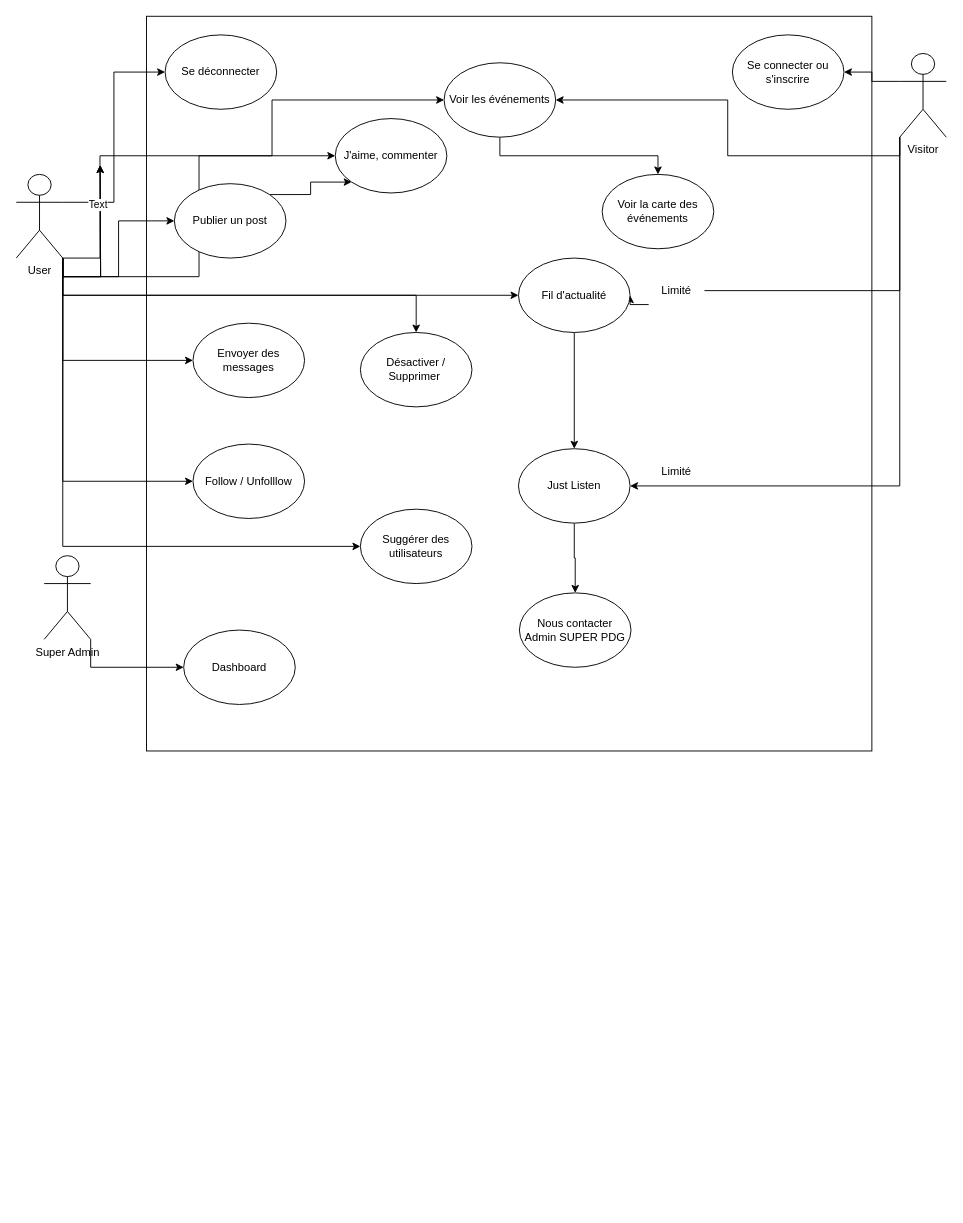
Before: Use Case.drawio in AlexandreC93/zikmu, a draw.io diagram. Source tidied: cells renumbered, new cells numbered last; positions are measured from the earlier drawing's top-left corner, leaving out a move shared by most shapes. Both pictures are drawn from the tidied source at 93%, with x=0, y=0 at pixel (16, 16).
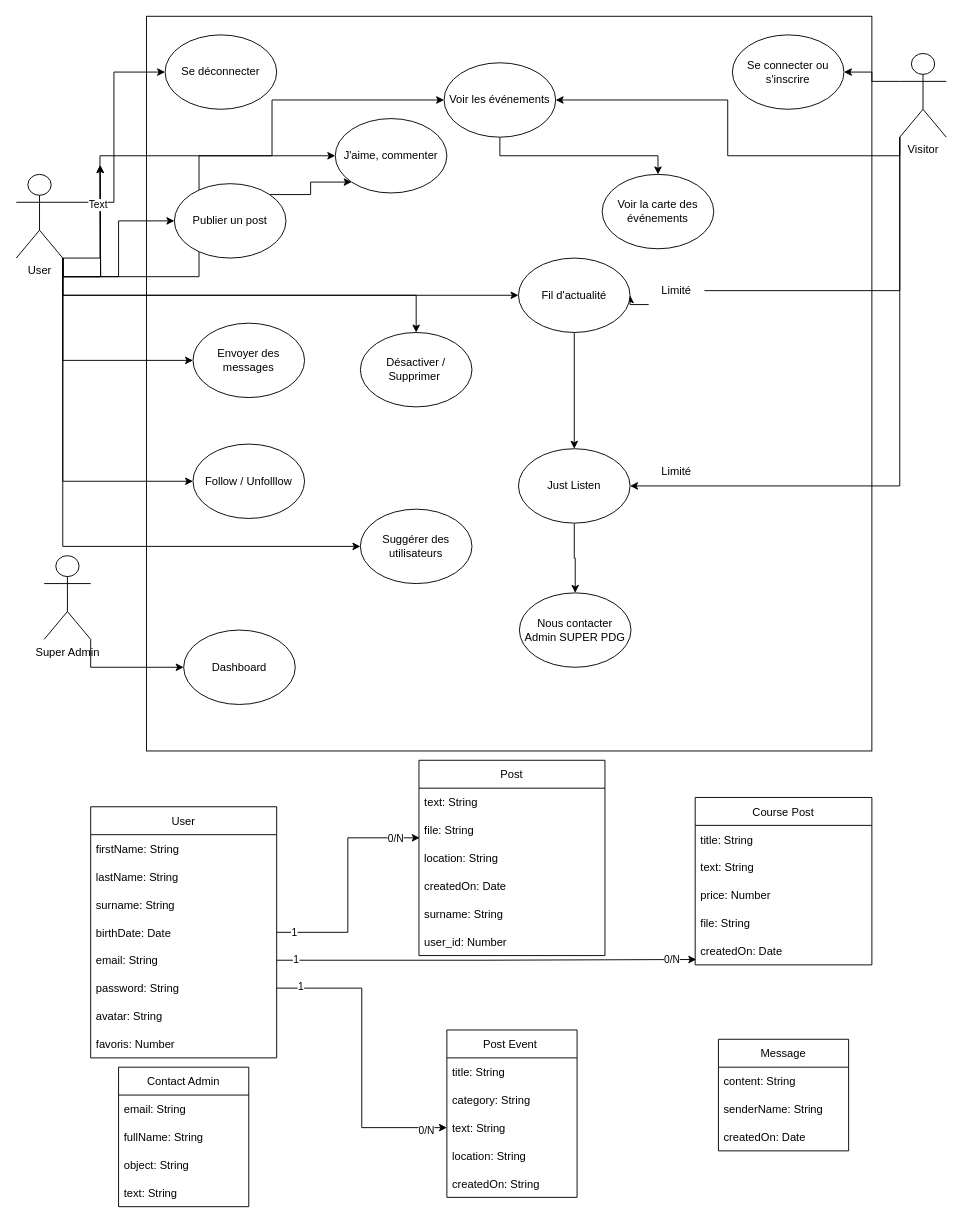
Above is the later version.

Change to the diagram source:
```diff
@@
+    <mxCell id="44" value="User" style="swimlane;fontStyle=0;horizontal=1;startSize=30;fontColor=default;strokeColor=default;fillColor=default;" parent="1" vertex="1">
+      <mxGeometry x="80" y="850" width="200" height="270" as="geometry" />
+    </mxCell>
+    <mxCell id="45" value="firstName: String " style="text;strokeColor=none;fillColor=none;align=left;verticalAlign=middle;spacingLeft=4;spacingRight=4;overflow=hidden;fontColor=default;" parent="44" vertex="1">
+      <mxGeometry y="30" width="200" height="30" as="geometry" />
+    </mxCell>
+    <mxCell id="46" value="lastName: String" style="text;strokeColor=none;fillColor=none;align=left;verticalAlign=middle;spacingLeft=4;spacingRight=4;overflow=hidden;fontColor=default;" parent="44" vertex="1">
+      <mxGeometry y="60" width="200" height="30" as="geometry" />
+    </mxCell>
+    <mxCell id="47" value="surname: String" style="text;strokeColor=none;fillColor=none;align=left;verticalAlign=middle;spacingLeft=4;spacingRight=4;overflow=hidden;fontColor=default;" parent="44" vertex="1">
+      <mxGeometry y="90" width="200" height="30" as="geometry" />
+    </mxCell>
+    <mxCell id="48" value="birthDate: Date" style="text;strokeColor=none;fillColor=none;align=left;verticalAlign=middle;spacingLeft=4;spacingRight=4;overflow=hidden;points=[[0,0.5],[1,0.5]];portConstraint=eastwest;fontColor=default;" parent="44" vertex="1">
+      <mxGeometry y="120" width="200" height="30" as="geometry" />
+    </mxCell>
+    <mxCell id="49" value="email: String" style="text;strokeColor=none;fillColor=none;align=left;verticalAlign=middle;spacingLeft=4;spacingRight=4;overflow=hidden;points=[[0,0.5],[1,0.5]];portConstraint=eastwest;fontColor=default;" parent="44" vertex="1">
+      <mxGeometry y="150" width="200" height="30" as="geometry" />
+    </mxCell>
+    <mxCell id="50" value="password: String" style="text;strokeColor=none;fillColor=none;align=left;verticalAlign=middle;spacingLeft=4;spacingRight=4;overflow=hidden;points=[[0,0.5],[1,0.5]];portConstraint=eastwest;fontColor=default;" parent="44" vertex="1">
+      <mxGeometry y="180" width="200" height="30" as="geometry" />
+    </mxCell>
+    <mxCell id="51" value="avatar: String" style="text;strokeColor=none;fillColor=none;align=left;verticalAlign=middle;spacingLeft=4;spacingRight=4;overflow=hidden;fontColor=default;" parent="44" vertex="1">
+      <mxGeometry y="210" width="200" height="30" as="geometry" />
+    </mxCell>
+    <mxCell id="52" value="favoris: Number" style="text;strokeColor=none;fillColor=none;align=left;verticalAlign=middle;spacingLeft=4;spacingRight=4;overflow=hidden;fontColor=default;" parent="44" vertex="1">
+      <mxGeometry y="240" width="200" height="30" as="geometry" />
+    </mxCell>
+    <mxCell id="53" value="Post" style="swimlane;fontStyle=0;horizontal=1;startSize=30;fontColor=default;strokeColor=default;fillColor=default;" parent="1" vertex="1">
+      <mxGeometry x="433" y="800" width="200" height="210" as="geometry" />
+    </mxCell>
+    <mxCell id="54" value="text: String" style="text;strokeColor=none;fillColor=none;align=left;verticalAlign=middle;spacingLeft=4;spacingRight=4;overflow=hidden;fontColor=default;" parent="53" vertex="1">
+      <mxGeometry y="30" width="200" height="30" as="geometry" />
+    </mxCell>
+    <mxCell id="55" value="file: String" style="text;strokeColor=none;fillColor=none;align=left;verticalAlign=middle;spacingLeft=4;spacingRight=4;overflow=hidden;points=[[0,0.5],[1,0.5]];portConstraint=eastwest;fontColor=default;" parent="53" vertex="1">
+      <mxGeometry y="60" width="200" height="30" as="geometry" />
+    </mxCell>
+    <mxCell id="56" value="location: String" style="text;strokeColor=none;fillColor=none;align=left;verticalAlign=middle;spacingLeft=4;spacingRight=4;overflow=hidden;fontColor=default;" parent="53" vertex="1">
+      <mxGeometry y="90" width="200" height="30" as="geometry" />
+    </mxCell>
+    <mxCell id="57" value="createdOn: Date" style="text;strokeColor=none;fillColor=none;align=left;verticalAlign=middle;spacingLeft=4;spacingRight=4;overflow=hidden;fontColor=default;" parent="53" vertex="1">
+      <mxGeometry y="120" width="200" height="30" as="geometry" />
+    </mxCell>
+    <mxCell id="58" value="surname: String" style="text;strokeColor=none;fillColor=none;align=left;verticalAlign=middle;spacingLeft=4;spacingRight=4;overflow=hidden;fontColor=default;" parent="53" vertex="1">
+      <mxGeometry y="150" width="200" height="30" as="geometry" />
+    </mxCell>
+    <mxCell id="59" value="user_id: Number" style="text;strokeColor=none;fillColor=none;align=left;verticalAlign=middle;spacingLeft=4;spacingRight=4;overflow=hidden;fontColor=default;" parent="53" vertex="1">
+      <mxGeometry y="180" width="200" height="30" as="geometry" />
+    </mxCell>
+    <mxCell id="60" value="Course Post" style="swimlane;fontStyle=0;horizontal=1;startSize=30;fontColor=default;strokeColor=default;fillColor=default;" parent="1" vertex="1">
+      <mxGeometry x="730" y="840" width="190" height="180" as="geometry" />
+    </mxCell>
+    <mxCell id="61" value="title: String" style="text;strokeColor=none;fillColor=none;align=left;verticalAlign=middle;spacingLeft=4;spacingRight=4;overflow=hidden;fontColor=default;" parent="60" vertex="1">
+      <mxGeometry y="30" width="190" height="30" as="geometry" />
+    </mxCell>
+    <mxCell id="62" value="text: String" style="text;strokeColor=none;fillColor=none;align=left;verticalAlign=middle;spacingLeft=4;spacingRight=4;overflow=hidden;fontColor=default;" parent="60" vertex="1">
+      <mxGeometry y="60" width="190" height="30" as="geometry" />
+    </mxCell>
+    <mxCell id="63" value="price: Number" style="text;strokeColor=none;fillColor=none;align=left;verticalAlign=middle;spacingLeft=4;spacingRight=4;overflow=hidden;fontColor=default;" parent="60" vertex="1">
+      <mxGeometry y="90" width="190" height="30" as="geometry" />
+    </mxCell>
+    <mxCell id="64" value="file: String" style="text;strokeColor=none;fillColor=none;align=left;verticalAlign=middle;spacingLeft=4;spacingRight=4;overflow=hidden;fontColor=default;" parent="60" vertex="1">
+      <mxGeometry y="120" width="190" height="30" as="geometry" />
+    </mxCell>
+    <mxCell id="65" value="createdOn: Date" style="text;strokeColor=none;fillColor=none;align=left;verticalAlign=middle;spacingLeft=4;spacingRight=4;overflow=hidden;points=[[0,0.5],[1,0.5]];portConstraint=eastwest;fontColor=default;" parent="60" vertex="1">
+      <mxGeometry y="150" width="190" height="30" as="geometry" />
+    </mxCell>
+    <mxCell id="66" value="Message" style="swimlane;fontStyle=0;horizontal=1;startSize=30;fontColor=default;strokeColor=default;fillColor=default;" parent="1" vertex="1">
+      <mxGeometry x="755" y="1100" width="140" height="120" as="geometry" />
+    </mxCell>
+    <mxCell id="67" value="content: String" style="text;strokeColor=none;fillColor=none;align=left;verticalAlign=middle;spacingLeft=4;spacingRight=4;overflow=hidden;fontColor=default;" parent="66" vertex="1">
+      <mxGeometry y="30" width="140" height="30" as="geometry" />
+    </mxCell>
+    <mxCell id="68" value="senderName: String" style="text;strokeColor=none;fillColor=none;align=left;verticalAlign=middle;spacingLeft=4;spacingRight=4;overflow=hidden;fontColor=default;" parent="66" vertex="1">
+      <mxGeometry y="60" width="140" height="30" as="geometry" />
+    </mxCell>
+    <mxCell id="69" value="createdOn: Date" style="text;strokeColor=none;fillColor=none;align=left;verticalAlign=middle;spacingLeft=4;spacingRight=4;overflow=hidden;fontColor=default;" parent="66" vertex="1">
+      <mxGeometry y="90" width="140" height="30" as="geometry" />
+    </mxCell>
+    <mxCell id="70" value="Contact Admin" style="swimlane;fontStyle=0;horizontal=1;startSize=30;fontColor=default;strokeColor=default;fillColor=default;" parent="1" vertex="1">
+      <mxGeometry x="110" y="1130" width="140" height="150" as="geometry" />
+    </mxCell>
+    <mxCell id="71" value="email: String" style="text;strokeColor=none;fillColor=none;align=left;verticalAlign=middle;spacingLeft=4;spacingRight=4;overflow=hidden;fontColor=default;" parent="70" vertex="1">
+      <mxGeometry y="30" width="140" height="30" as="geometry" />
+    </mxCell>
+    <mxCell id="72" value="fullName: String" style="text;strokeColor=none;fillColor=none;align=left;verticalAlign=middle;spacingLeft=4;spacingRight=4;overflow=hidden;fontColor=default;" parent="70" vertex="1">
+      <mxGeometry y="60" width="140" height="30" as="geometry" />
+    </mxCell>
+    <mxCell id="73" value="object: String" style="text;strokeColor=none;fillColor=none;align=left;verticalAlign=middle;spacingLeft=4;spacingRight=4;overflow=hidden;fontColor=default;" parent="70" vertex="1">
+      <mxGeometry y="90" width="140" height="30" as="geometry" />
+    </mxCell>
+    <mxCell id="74" value="text: String" style="text;strokeColor=none;fillColor=none;align=left;verticalAlign=middle;spacingLeft=4;spacingRight=4;overflow=hidden;fontColor=default;" parent="70" vertex="1">
+      <mxGeometry y="120" width="140" height="30" as="geometry" />
+    </mxCell>
+    <mxCell id="75" value="Post Event " style="swimlane;fontStyle=0;horizontal=1;startSize=30;fontColor=default;strokeColor=default;fillColor=default;" parent="1" vertex="1">
+      <mxGeometry x="463" y="1090" width="140" height="180" as="geometry" />
+    </mxCell>
+    <mxCell id="76" value="title: String" style="text;strokeColor=none;fillColor=none;align=left;verticalAlign=middle;spacingLeft=4;spacingRight=4;overflow=hidden;fontColor=default;" parent="75" vertex="1">
+      <mxGeometry y="30" width="140" height="30" as="geometry" />
+    </mxCell>
+    <mxCell id="77" value="category: String" style="text;strokeColor=none;fillColor=none;align=left;verticalAlign=middle;spacingLeft=4;spacingRight=4;overflow=hidden;fontColor=default;" parent="75" vertex="1">
+      <mxGeometry y="60" width="140" height="30" as="geometry" />
+    </mxCell>
+    <mxCell id="78" value="text: String" style="text;strokeColor=none;fillColor=none;align=left;verticalAlign=middle;spacingLeft=4;spacingRight=4;overflow=hidden;points=[[0,0.5],[1,0.5]];portConstraint=eastwest;fontColor=default;" parent="75" vertex="1">
+      <mxGeometry y="90" width="140" height="30" as="geometry" />
+    </mxCell>
+    <mxCell id="79" value="location: String" style="text;strokeColor=none;fillColor=none;align=left;verticalAlign=middle;spacingLeft=4;spacingRight=4;overflow=hidden;fontColor=default;" parent="75" vertex="1">
+      <mxGeometry y="120" width="140" height="30" as="geometry" />
+    </mxCell>
+    <mxCell id="80" value="createdOn: String" style="text;strokeColor=none;fillColor=none;align=left;verticalAlign=middle;spacingLeft=4;spacingRight=4;overflow=hidden;fontColor=default;" parent="75" vertex="1">
+      <mxGeometry y="150" width="140" height="30" as="geometry" />
+    </mxCell>
+    <mxCell id="81" style="edgeStyle=orthogonalEdgeStyle;rounded=0;jettySize=auto;html=1;exitX=1;exitY=0.5;exitDx=0;exitDy=0;entryX=0.004;entryY=0.78;entryDx=0;entryDy=0;entryPerimeter=0;labelBackgroundColor=default;fontColor=default;strokeColor=default;" parent="1" edge="1" source="48" target="55">
+      <mxGeometry relative="1" as="geometry" />
+    </mxCell>
+    <mxCell id="82" value="1" style="edgeLabel;html=1;align=center;verticalAlign=middle;fontColor=default;" parent="81" vertex="1">
+      <mxGeometry x="-0.86" y="1" relative="1" as="geometry" />
+    </mxCell>
+    <mxCell id="83" value="0/N" style="edgeLabel;html=1;align=center;verticalAlign=middle;fontColor=default;" parent="81" vertex="1">
+      <mxGeometry x="0.79" relative="1" as="geometry" />
+    </mxCell>
+    <mxCell id="84" style="edgeStyle=orthogonalEdgeStyle;rounded=0;jettySize=auto;html=1;exitX=1;exitY=0.5;exitDx=0;exitDy=0;entryX=0;entryY=0.5;entryDx=0;entryDy=0;labelBackgroundColor=default;fontColor=default;strokeColor=default;" parent="1" edge="1" source="50" target="78">
+      <mxGeometry relative="1" as="geometry" />
+    </mxCell>
+    <mxCell id="85" value="1" style="edgeLabel;html=1;align=center;verticalAlign=middle;fontColor=default;" parent="84" vertex="1">
+      <mxGeometry x="-0.85" y="3" relative="1" as="geometry" />
+    </mxCell>
+    <mxCell id="86" value="0/N" style="edgeLabel;html=1;align=center;verticalAlign=middle;fontColor=default;" parent="84" vertex="1">
+      <mxGeometry x="0.86" y="-2" relative="1" as="geometry" />
+    </mxCell>
+    <mxCell id="87" style="edgeStyle=orthogonalEdgeStyle;rounded=0;jettySize=auto;html=1;exitX=1;exitY=0.5;exitDx=0;exitDy=0;entryX=0.006;entryY=0.807;entryDx=0;entryDy=0;entryPerimeter=0;labelBackgroundColor=default;fontColor=default;strokeColor=default;" parent="1" edge="1" source="49" target="65">
+      <mxGeometry relative="1" as="geometry" />
+    </mxCell>
+    <mxCell id="88" value="1" style="edgeLabel;html=1;align=center;verticalAlign=middle;fontColor=default;" parent="87" vertex="1">
+      <mxGeometry x="-0.91" y="1" relative="1" as="geometry" />
+    </mxCell>
+    <mxCell id="89" value="0/N" style="edgeLabel;html=1;align=center;verticalAlign=middle;fontColor=default;" parent="87" vertex="1">
+      <mxGeometry x="0.88" relative="1" as="geometry" />
+    </mxCell>
```
